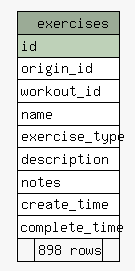
The Graphviz diagram dbDocs/diagrams/summary/exercises.1degree.png in btv/DED_backend, before a commit. Its source is kept beside it as dbDocs/diagrams/summary/exercises.1degree.dot.
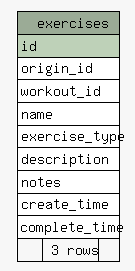
Later version of the same file.

The edit, as a diff of the source:
```diff
@@ -28,7 +28,7 @@
       <TR><TD PORT="notes" COLSPAN="3" ALIGN="LEFT">notes</TD></TR>
       <TR><TD PORT="create_time" COLSPAN="3" ALIGN="LEFT">create_time</TD></TR>
       <TR><TD PORT="complete_time" COLSPAN="3" ALIGN="LEFT">complete_time</TD></TR>
-      <TR><TD ALIGN="LEFT" BGCOLOR="#f7f7f7">  </TD><TD ALIGN="RIGHT" BGCOLOR="#f7f7f7">898 rows</TD><TD ALIGN="RIGHT" BGCOLOR="#f7f7f7">  </TD></TR>
+      <TR><TD ALIGN="LEFT" BGCOLOR="#f7f7f7">  </TD><TD ALIGN="RIGHT" BGCOLOR="#f7f7f7">3 rows</TD><TD ALIGN="RIGHT" BGCOLOR="#f7f7f7">  </TD></TR>
     </TABLE>>
     URL="tables/exercises.html"
     tooltip="exercises"
```
